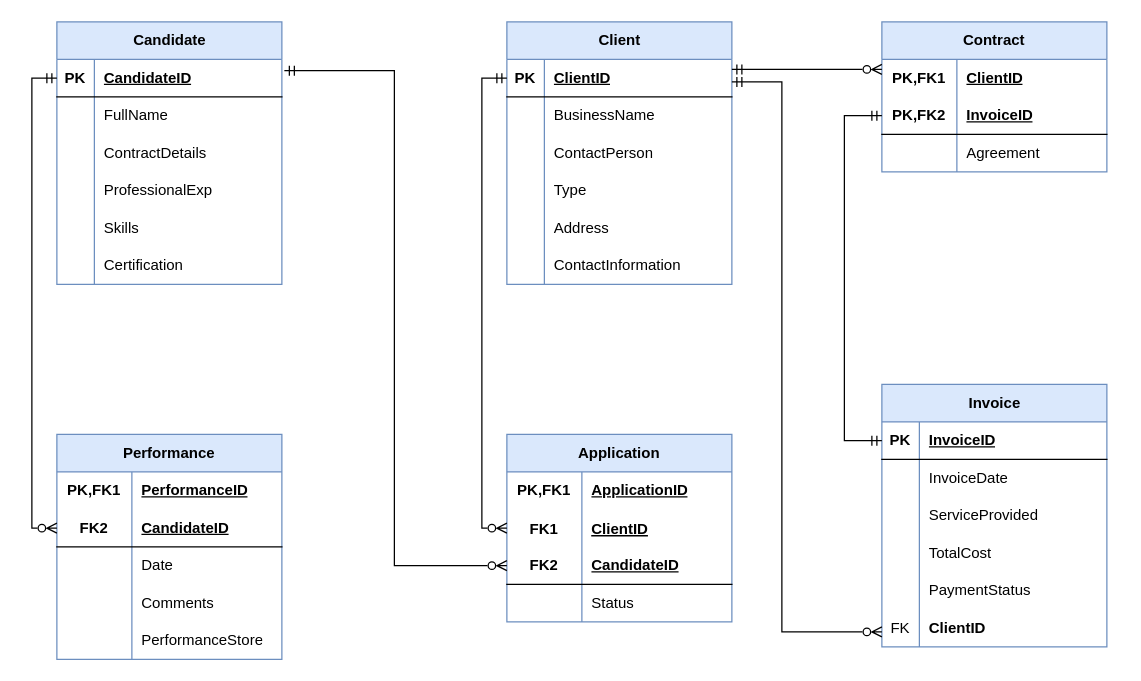
Before: Untitled Diagram.drawio in JPGR11/DataBaseCompetition, a draw.io diagram. Source tidied: cells renumbered, new cells numbered last; positions are measured from the earlier drawing's top-left corner, leaving out a move shared by most shapes. Both pictures are drawn from the tidied source at 125%, with x=0, y=0 at pixel (31, 21).
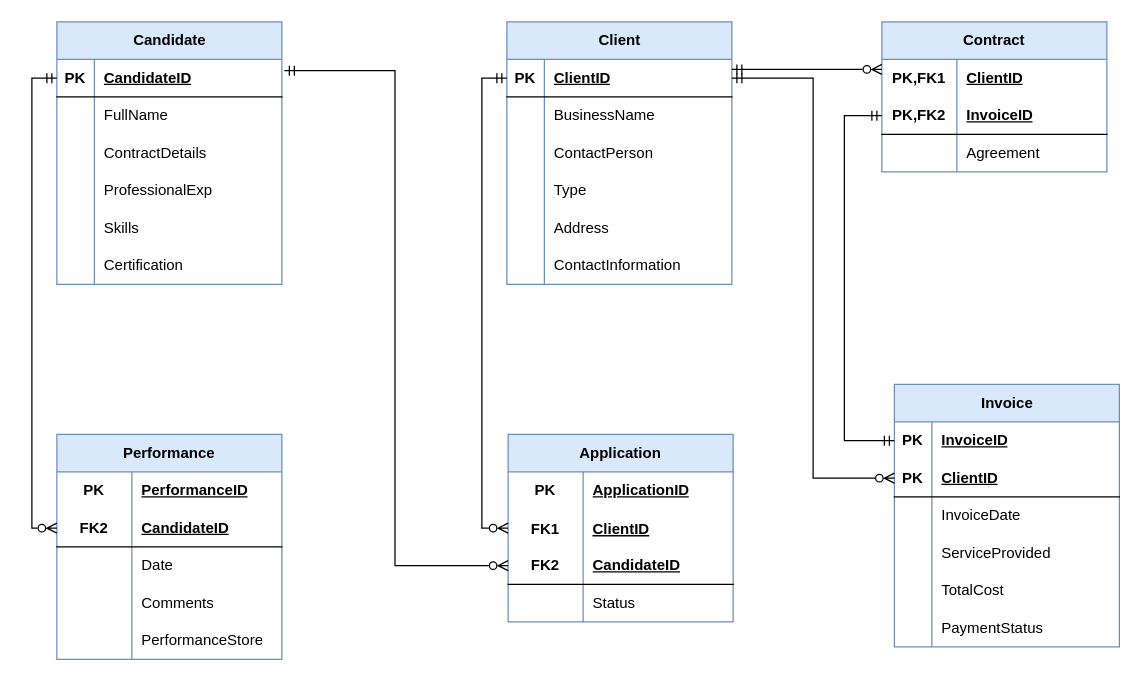
Above is the later version.

The change refers to these unchanged cells:
```xml
<mxCell id="22" style="shape=tableRow;horizontal=0;startSize=0;swimlaneHead=0;swimlaneBody=0;fillColor=none;points=[[0,0.5],[1,0.5]];portConstraint=eastwest;top=0;left=0;right=0;bottom=1;" parent="21" vertex="1">
  <mxGeometry y="30" width="180" height="30" as="geometry" />
</mxCell>
<mxCell id="63" style="shape=tableRow;horizontal=0;startSize=0;swimlaneHead=0;swimlaneBody=0;fillColor=none;points=[[0,0.5],[1,0.5]];portConstraint=eastwest;top=0;left=0;right=0;bottom=1;html=1;" parent="59" vertex="1">
  <mxGeometry y="60" width="180" height="30" as="geometry" />
</mxCell>
<mxCell id="70" style="shape=tableRow;horizontal=0;startSize=0;swimlaneHead=0;swimlaneBody=0;fillColor=none;top=0;left=0;right=0;bottom=0;html=1;" parent="69" vertex="1">
  <mxGeometry y="30" width="180" height="30" as="geometry" />
</mxCell>
<mxCell id="83" style="shape=tableRow;horizontal=0;startSize=0;swimlaneHead=0;swimlaneBody=0;fillColor=none;top=0;left=0;right=0;bottom=0;html=1;" parent="82" vertex="1">
  <mxGeometry y="30" width="180" height="30" as="geometry" />
</mxCell>
```

What changed in the source:
```diff
@@
     <mxCell id="40" value="Invoice" style="shape=table;startSize=30;childLayout=tableLayout;rowLines=0;fontStyle=1;align=center;html=1;fillColor=#dae8fc;strokeColor=#6c8ebf;" parent="1" vertex="1">
-      <mxGeometry x="680" y="290" width="180" height="210" as="geometry" />
+      <mxGeometry x="690" y="290" width="180" height="210" as="geometry" />
     </mxCell>
+    <mxCell id="104" style="shape=tableRow;horizontal=0;startSize=0;swimlaneHead=0;swimlaneBody=0;fillColor=none;points=[[0,0.5],[1,0.5]];portConstraint=eastwest;top=0;left=0;right=0;bottom=0;" parent="40" vertex="1">
+      <mxGeometry y="30" width="180" height="30" as="geometry" />
+    </mxCell>
+    <mxCell id="105" value="&lt;b&gt;PK&lt;/b&gt;" style="shape=partialRectangle;fillColor=none;top=0;left=0;bottom=0;right=0;fontStyle=0;overflow=hidden;whiteSpace=wrap;html=1;" parent="104" vertex="1">
+      <mxGeometry width="30" height="30" as="geometry" />
+    </mxCell>
+    <mxCell id="106" value="&lt;span style=&quot;font-weight: 700; text-decoration-line: underline;&quot;&gt;InvoiceID&lt;/span&gt;" style="shape=partialRectangle;fillColor=none;top=0;left=0;bottom=0;right=0;align=left;spacingLeft=6;fontStyle=0;overflow=hidden;whiteSpace=wrap;html=1;" parent="104" vertex="1">
+      <mxGeometry x="30" width="150" height="30" as="geometry" />
+    </mxCell>
     <mxCell id="41" style="shape=tableRow;horizontal=0;startSize=0;swimlaneHead=0;swimlaneBody=0;fillColor=none;points=[[0,0.5],[1,0.5]];portConstraint=eastwest;top=0;left=0;right=0;bottom=1;" parent="40" vertex="1">
-      <mxGeometry y="30" width="180" height="30" as="geometry" />
+      <mxGeometry y="60" width="180" height="30" as="geometry" />
     </mxCell>
@@
-    <mxCell id="43" value="InvoiceID" style="shape=partialRectangle;fillColor=none;top=0;left=0;bottom=0;right=0;align=left;spacingLeft=6;fontStyle=5;overflow=hidden;whiteSpace=wrap;html=1;" parent="41" vertex="1">
+    <mxCell id="43" value="ClientID" style="shape=partialRectangle;fillColor=none;top=0;left=0;bottom=0;right=0;align=left;spacingLeft=6;fontStyle=5;overflow=hidden;whiteSpace=wrap;html=1;" parent="41" vertex="1">
       <mxGeometry x="30" width="150" height="30" as="geometry" />
     </mxCell>
     <mxCell id="44" style="shape=tableRow;horizontal=0;startSize=0;swimlaneHead=0;swimlaneBody=0;fillColor=none;top=0;left=0;right=0;bottom=0;" parent="40" vertex="1">
-      <mxGeometry y="60" width="180" height="30" as="geometry" />
+      <mxGeometry y="90" width="180" height="30" as="geometry" />
     </mxCell>
@@
     <mxCell id="47" style="shape=tableRow;horizontal=0;startSize=0;swimlaneHead=0;swimlaneBody=0;fillColor=none;top=0;left=0;right=0;bottom=0;" parent="40" vertex="1">
-      <mxGeometry y="90" width="180" height="30" as="geometry" />
+      <mxGeometry y="120" width="180" height="30" as="geometry" />
     </mxCell>
@@
     <mxCell id="50" style="shape=tableRow;horizontal=0;startSize=0;swimlaneHead=0;swimlaneBody=0;fillColor=none;top=0;left=0;right=0;bottom=0;" parent="40" vertex="1">
-      <mxGeometry y="120" width="180" height="30" as="geometry" />
+      <mxGeometry y="150" width="180" height="30" as="geometry" />
     </mxCell>
@@
     <mxCell id="53" style="shape=tableRow;horizontal=0;startSize=0;swimlaneHead=0;swimlaneBody=0;fillColor=none;top=0;left=0;right=0;bottom=0;" parent="40" vertex="1">
-      <mxGeometry y="150" width="180" height="30" as="geometry" />
+      <mxGeometry y="180" width="180" height="30" as="geometry" />
     </mxCell>
@@
-    <mxCell id="56" style="shape=tableRow;horizontal=0;startSize=0;swimlaneHead=0;swimlaneBody=0;fillColor=none;points=[[0,0.5],[1,0.5]];portConstraint=eastwest;top=0;left=0;right=0;bottom=0;" parent="40" vertex="1">
-      <mxGeometry y="180" width="180" height="30" as="geometry" />
-    </mxCell>
-    <mxCell id="57" value="FK" style="shape=partialRectangle;fillColor=none;top=0;left=0;bottom=0;right=0;overflow=hidden;whiteSpace=wrap;html=1;" parent="56" vertex="1">
-      <mxGeometry width="30" height="30" as="geometry" />
-    </mxCell>
-    <mxCell id="58" value="&lt;b&gt;ClientID&lt;/b&gt;" style="shape=partialRectangle;fillColor=none;top=0;left=0;bottom=0;right=0;align=left;spacingLeft=6;overflow=hidden;whiteSpace=wrap;html=1;" parent="56" vertex="1">
-      <mxGeometry x="30" width="150" height="30" as="geometry" />
-    </mxCell>
@@
     <mxCell id="69" value="Application" style="shape=table;startSize=30;childLayout=tableLayout;rowLines=0;fontStyle=1;align=center;html=1;whiteSpace=wrap;fillColor=#dae8fc;strokeColor=#6c8ebf;" parent="1" vertex="1">
-      <mxGeometry x="380" y="330" width="180" height="150" as="geometry" />
+      <mxGeometry x="381" y="330" width="180" height="150" as="geometry" />
     </mxCell>
@@
-    <mxCell id="71" value="PK,FK1" style="shape=partialRectangle;fillColor=none;top=0;left=0;bottom=0;right=0;fontStyle=1;overflow=hidden;html=1;whiteSpace=wrap;" parent="70" vertex="1">
+    <mxCell id="71" value="PK" style="shape=partialRectangle;fillColor=none;top=0;left=0;bottom=0;right=0;fontStyle=1;overflow=hidden;html=1;whiteSpace=wrap;" parent="70" vertex="1">
       <mxGeometry width="60" height="30" as="geometry" />
     </mxCell>
@@
-    <mxCell id="84" value="PK,FK1" style="shape=partialRectangle;fillColor=none;top=0;left=0;bottom=0;right=0;fontStyle=1;overflow=hidden;html=1;whiteSpace=wrap;" parent="83" vertex="1">
+    <mxCell id="84" value="PK" style="shape=partialRectangle;fillColor=none;top=0;left=0;bottom=0;right=0;fontStyle=1;overflow=hidden;html=1;whiteSpace=wrap;" parent="83" vertex="1">
       <mxGeometry width="60" height="30" as="geometry" />
     </mxCell>
@@
-    <mxCell id="101" style="edgeStyle=orthogonalEdgeStyle;rounded=0;jettySize=auto;html=1;entryX=1;entryY=0.5;entryDx=0;entryDy=0;endArrow=ERmandOne;endFill=0;startArrow=ERzeroToMany;startFill=0;" parent="1" edge="1" source="56">
-      <mxGeometry relative="1" as="geometry">
-        <mxPoint x="560" y="48" as="targetPoint" />
-        <Array as="points">
-          <mxPoint x="600" y="488" />
-          <mxPoint x="600" y="48" />
-        </Array>
-      </mxGeometry>
-    </mxCell>
-    <mxCell id="102" style="edgeStyle=orthogonalEdgeStyle;rounded=0;jettySize=auto;html=1;entryX=0;entryY=0.5;entryDx=0;entryDy=0;endArrow=ERmandOne;endFill=0;startArrow=ERmandOne;startFill=0;" parent="1" edge="1" source="63" target="41">
+    <mxCell id="102" style="edgeStyle=orthogonalEdgeStyle;rounded=0;jettySize=auto;html=1;entryX=0;entryY=0.5;entryDx=0;entryDy=0;endArrow=ERmandOne;endFill=0;startArrow=ERmandOne;startFill=0;" parent="1" edge="1" source="63" target="104">
       <mxGeometry relative="1" as="geometry">
         <Array as="points">
           <mxPoint x="650" y="75" />
           <mxPoint x="650" y="335" />
         </Array>
       </mxGeometry>
     </mxCell>
@@
+    <mxCell id="107" style="edgeStyle=orthogonalEdgeStyle;rounded=0;jettySize=auto;html=1;exitX=1;exitY=0.5;exitDx=0;exitDy=0;entryX=0;entryY=0.5;entryDx=0;entryDy=0;endArrow=ERzeroToMany;endFill=0;startArrow=ERmandOne;startFill=0;" parent="1" edge="1" source="22" target="41">
+      <mxGeometry relative="1" as="geometry" />
+    </mxCell>
```
